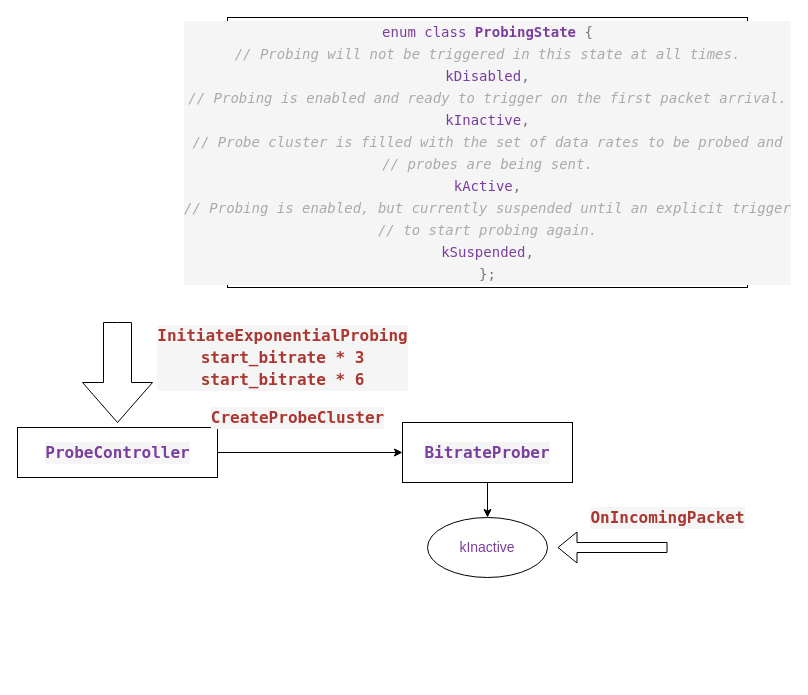
The draw.io diagram page "probe" (4 of 4) of congestion.drawio in shcalm/repo_drawio, before the edit. Source tidied: cells renumbered, new cells numbered last; positions are measured from the earlier drawing's top-left corner, leaving out a move shared by most shapes. Both pictures are drawn from the tidied source at 100%, with x=0, y=0 at pixel (17, 17).
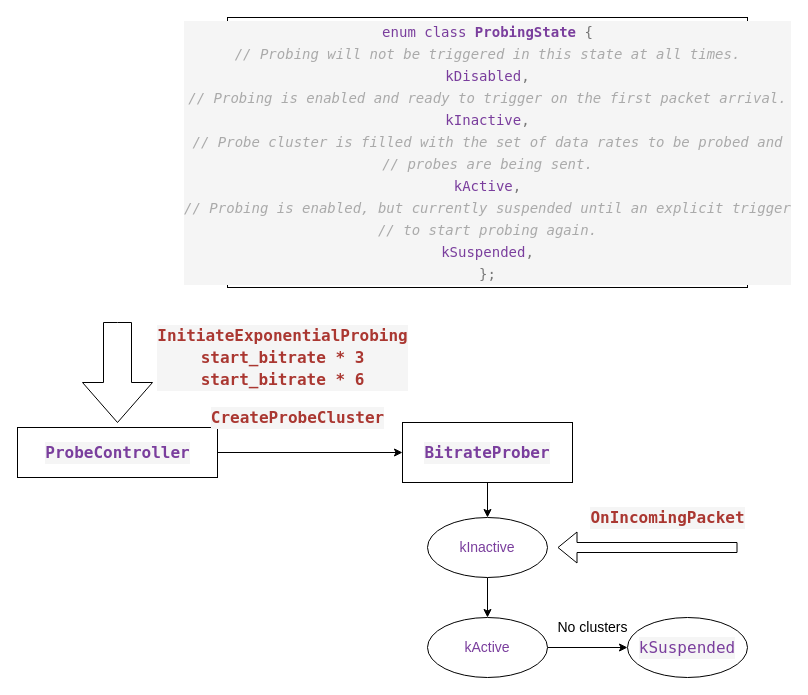
The same page after the edit.

Change to the diagram source:
```diff
@@
 <mxGraphModel>
   <root>
     <mxCell id="0" />
     <mxCell id="1" parent="0" />
     <mxCell id="2" style="edgeStyle=orthogonalEdgeStyle;rounded=0;jettySize=auto;html=1;fontSize=14;" parent="1" edge="1" source="3" target="8">
       <mxGeometry relative="1" as="geometry" />
     </mxCell>
     <mxCell id="3" value="&lt;div style=&quot;color: rgb(51, 51, 51); background-color: rgb(245, 245, 245); font-family: &amp;quot;Droid Sans Mono&amp;quot;, &amp;quot;monospace&amp;quot;, monospace; font-weight: normal; font-size: 16px; line-height: 22px;&quot;&gt;&lt;div&gt;&lt;span style=&quot;color: #7a3e9d;font-weight: bold;&quot;&gt;ProbeController&lt;/span&gt;&lt;/div&gt;&lt;/div&gt;" style="html=1;dashed=0;whitespace=wrap;" parent="1" vertex="1">
       <mxGeometry y="410" width="200" height="50" as="geometry" />
     </mxCell>
     <mxCell id="4" style="html=1;shadow=0;dashed=0;align=center;verticalAlign=middle;shape=mxgraph.arrows2.arrow;dy=0.6;dx=40;notch=0;rotation=90;" parent="1" vertex="1">
       <mxGeometry x="50" y="320" width="100" height="70" as="geometry" />
     </mxCell>
     <mxCell id="5" value="&lt;div style=&quot;color: rgb(51, 51, 51); background-color: rgb(245, 245, 245); font-family: &amp;quot;Droid Sans Mono&amp;quot;, &amp;quot;monospace&amp;quot;, monospace; font-weight: normal; font-size: 16px; line-height: 22px;&quot;&gt;&lt;div&gt;&lt;span style=&quot;color: #aa3731;font-weight: bold;&quot;&gt;InitiateExponentialProbing&lt;/span&gt;&lt;/div&gt;&lt;div&gt;&lt;span style=&quot;color: #aa3731;font-weight: bold;&quot;&gt;start_bitrate * 3&lt;/span&gt;&lt;/div&gt;&lt;div&gt;&lt;span style=&quot;color: #aa3731;font-weight: bold;&quot;&gt;start_bitrate * 6&lt;br&gt;&lt;/span&gt;&lt;/div&gt;&lt;/div&gt;" style="text;html=1;align=center;verticalAlign=middle;strokeColor=none;fillColor=none;" parent="1" vertex="1">
       <mxGeometry x="130" y="300" width="270" height="80" as="geometry" />
     </mxCell>
     <mxCell id="6" value="&lt;div style=&quot;color: rgb(51, 51, 51); background-color: rgb(245, 245, 245); font-family: &amp;quot;Droid Sans Mono&amp;quot;, &amp;quot;monospace&amp;quot;, monospace; font-weight: normal; font-size: 14px; line-height: 22px;&quot;&gt;&lt;div&gt;&lt;font style=&quot;font-size: 14px;&quot;&gt;&lt;span style=&quot;color: #333333;&quot;&gt;  &lt;/span&gt;&lt;span style=&quot;color: #7a3e9d;&quot;&gt;enum&lt;/span&gt;&lt;span style=&quot;color: #333333;&quot;&gt; &lt;/span&gt;&lt;span style=&quot;color: #7a3e9d;&quot;&gt;class&lt;/span&gt;&lt;span style=&quot;color: #333333;&quot;&gt; &lt;/span&gt;&lt;span style=&quot;color: #7a3e9d;font-weight: bold;&quot;&gt;ProbingState&lt;/span&gt;&lt;span style=&quot;color: #333333;&quot;&gt; &lt;/span&gt;&lt;span style=&quot;color: #777777;&quot;&gt;{&lt;/span&gt;&lt;/font&gt;&lt;/div&gt;&lt;div&gt;&lt;font style=&quot;font-size: 14px;&quot;&gt;&lt;span style=&quot;color: #aaaaaa;font-style: italic;&quot;&gt;    // Probing will not be triggered in this state at all times.&lt;/span&gt;&lt;/font&gt;&lt;/div&gt;&lt;div&gt;&lt;font style=&quot;font-size: 14px;&quot;&gt;&lt;span style=&quot;color: #333333;&quot;&gt;    &lt;/span&gt;&lt;span style=&quot;color: #7a3e9d;&quot;&gt;kDisabled&lt;/span&gt;&lt;span style=&quot;color: #777777;&quot;&gt;,&lt;/span&gt;&lt;/font&gt;&lt;/div&gt;&lt;div&gt;&lt;font style=&quot;font-size: 14px;&quot;&gt;&lt;span style=&quot;color: #aaaaaa;font-style: italic;&quot;&gt;    // Probing is enabled and ready to trigger on the first packet arrival.&lt;/span&gt;&lt;/font&gt;&lt;/div&gt;&lt;div&gt;&lt;font style=&quot;font-size: 14px;&quot;&gt;&lt;span style=&quot;color: #333333;&quot;&gt;    &lt;/span&gt;&lt;span style=&quot;color: #7a3e9d;&quot;&gt;kInactive&lt;/span&gt;&lt;span style=&quot;color: #777777;&quot;&gt;,&lt;/span&gt;&lt;/font&gt;&lt;/div&gt;&lt;div&gt;&lt;font style=&quot;font-size: 14px;&quot;&gt;&lt;span style=&quot;color: #aaaaaa;font-style: italic;&quot;&gt;    // Probe cluster is filled with the set of data rates to be probed and&lt;/span&gt;&lt;/font&gt;&lt;/div&gt;&lt;div&gt;&lt;font style=&quot;font-size: 14px;&quot;&gt;&lt;span style=&quot;color: #aaaaaa;font-style: italic;&quot;&gt;    // probes are being sent.&lt;/span&gt;&lt;/font&gt;&lt;/div&gt;&lt;div&gt;&lt;font style=&quot;font-size: 14px;&quot;&gt;&lt;span style=&quot;color: #333333;&quot;&gt;    &lt;/span&gt;&lt;span style=&quot;color: #7a3e9d;&quot;&gt;kActive&lt;/span&gt;&lt;span style=&quot;color: #777777;&quot;&gt;,&lt;/span&gt;&lt;/font&gt;&lt;/div&gt;&lt;div&gt;&lt;font style=&quot;font-size: 14px;&quot;&gt;&lt;span style=&quot;color: #aaaaaa;font-style: italic;&quot;&gt;    // Probing is enabled, but currently suspended until an explicit trigger&lt;/span&gt;&lt;/font&gt;&lt;/div&gt;&lt;div&gt;&lt;font style=&quot;font-size: 14px;&quot;&gt;&lt;span style=&quot;color: #aaaaaa;font-style: italic;&quot;&gt;    // to start probing again.&lt;/span&gt;&lt;/font&gt;&lt;/div&gt;&lt;div&gt;&lt;font style=&quot;font-size: 14px;&quot;&gt;&lt;span style=&quot;color: #333333;&quot;&gt;    &lt;/span&gt;&lt;span style=&quot;color: #7a3e9d;&quot;&gt;kSuspended&lt;/span&gt;&lt;span style=&quot;color: #777777;&quot;&gt;,&lt;/span&gt;&lt;/font&gt;&lt;/div&gt;&lt;div&gt;&lt;font style=&quot;font-size: 14px;&quot;&gt;&lt;span style=&quot;color: #333333;&quot;&gt;  &lt;/span&gt;&lt;span style=&quot;color: #777777;&quot;&gt;};&lt;/span&gt;&lt;/font&gt;&lt;/div&gt;&lt;/div&gt;" style="html=1;dashed=0;whitespace=wrap;" parent="1" vertex="1">
       <mxGeometry x="210" width="520" height="270" as="geometry" />
     </mxCell>
     <mxCell id="7" style="edgeStyle=orthogonalEdgeStyle;rounded=0;jettySize=auto;html=1;fontSize=14;" parent="1" edge="1" source="8" target="10">
       <mxGeometry relative="1" as="geometry" />
     </mxCell>
     <mxCell id="8" value="&lt;div style=&quot;color: rgb(51, 51, 51); background-color: rgb(245, 245, 245); font-family: &amp;quot;Droid Sans Mono&amp;quot;, &amp;quot;monospace&amp;quot;, monospace; font-weight: normal; font-size: 16px; line-height: 22px;&quot;&gt;&lt;div&gt;&lt;span style=&quot;color: #7a3e9d;font-weight: bold;&quot;&gt;BitrateProber&lt;/span&gt;&lt;/div&gt;&lt;/div&gt;" style="whiteSpace=wrap;html=1;dashed=0;" parent="1" vertex="1">
       <mxGeometry x="385" y="405" width="170" height="60" as="geometry" />
     </mxCell>
     <mxCell id="9" value="&lt;div style=&quot;color: rgb(51, 51, 51); background-color: rgb(245, 245, 245); font-family: &amp;quot;Droid Sans Mono&amp;quot;, &amp;quot;monospace&amp;quot;, monospace; font-weight: normal; font-size: 16px; line-height: 22px;&quot;&gt;&lt;div&gt;&lt;span style=&quot;color: #aa3731;font-weight: bold;&quot;&gt;CreateProbeCluster&lt;/span&gt;&lt;/div&gt;&lt;/div&gt;" style="text;html=1;align=center;verticalAlign=middle;strokeColor=none;fillColor=none;fontSize=14;" parent="1" vertex="1">
       <mxGeometry x="180" y="380" width="200" height="40" as="geometry" />
     </mxCell>
+    <mxCell id="13" style="edgeStyle=orthogonalEdgeStyle;rounded=0;jettySize=auto;html=1;fontSize=14;" parent="1" edge="1" source="10" target="15">
+      <mxGeometry relative="1" as="geometry" />
+    </mxCell>
     <mxCell id="10" value="&lt;font style=&quot;font-size: 14px;&quot;&gt;&lt;span style=&quot;color: #333333;&quot;&gt;&lt;/span&gt;&lt;span style=&quot;color: #7a3e9d;&quot;&gt;kInactive&lt;/span&gt;&lt;span style=&quot;color: #777777;&quot;&gt;&lt;/span&gt;&lt;/font&gt;" style="ellipse;whiteSpace=wrap;html=1;dashed=0;" parent="1" vertex="1">
       <mxGeometry x="410" y="500" width="120" height="60" as="geometry" />
     </mxCell>
     <mxCell id="11" style="shape=flexArrow;endArrow=classic;html=1;rounded=0;fontSize=14;" parent="1" edge="1">
       <mxGeometry relative="1" as="geometry">
-        <mxPoint x="650" y="530" as="sourcePoint" />
+        <mxPoint x="720" y="530" as="sourcePoint" />
         <mxPoint x="540" y="530" as="targetPoint" />
       </mxGeometry>
     </mxCell>
     <mxCell id="12" value="&lt;div style=&quot;color: rgb(51, 51, 51); background-color: rgb(245, 245, 245); font-family: &amp;quot;Droid Sans Mono&amp;quot;, &amp;quot;monospace&amp;quot;, monospace; font-weight: normal; font-size: 16px; line-height: 22px;&quot;&gt;&lt;div&gt;&lt;span style=&quot;color: #aa3731;font-weight: bold;&quot;&gt;OnIncomingPacket&lt;/span&gt;&lt;/div&gt;&lt;/div&gt;" style="text;html=1;align=center;verticalAlign=middle;strokeColor=none;fillColor=none;fontSize=14;" parent="1" vertex="1">
       <mxGeometry x="560" y="480" width="180" height="40" as="geometry" />
     </mxCell>
+    <mxCell id="14" style="edgeStyle=orthogonalEdgeStyle;rounded=0;jettySize=auto;html=1;fontSize=14;" parent="1" edge="1" source="15" target="16">
+      <mxGeometry relative="1" as="geometry" />
+    </mxCell>
+    <mxCell id="15" value="&lt;font style=&quot;font-size: 14px;&quot;&gt;&lt;span style=&quot;color: #333333;&quot;&gt;&lt;/span&gt;&lt;span style=&quot;color: #7a3e9d;&quot;&gt;kActive&lt;/span&gt;&lt;span style=&quot;color: #777777;&quot;&gt;&lt;/span&gt;&lt;/font&gt;" style="ellipse;whiteSpace=wrap;html=1;dashed=0;" parent="1" vertex="1">
+      <mxGeometry x="410" y="600" width="120" height="60" as="geometry" />
+    </mxCell>
+    <mxCell id="16" value="&lt;div style=&quot;color: rgb(51, 51, 51); background-color: rgb(245, 245, 245); font-family: &amp;quot;Droid Sans Mono&amp;quot;, &amp;quot;monospace&amp;quot;, monospace; font-weight: normal; font-size: 16px; line-height: 22px;&quot;&gt;&lt;div&gt;&lt;span style=&quot;color: #7a3e9d;&quot;&gt;kSuspended&lt;/span&gt;&lt;/div&gt;&lt;/div&gt;" style="ellipse;whiteSpace=wrap;html=1;dashed=0;" parent="1" vertex="1">
+      <mxGeometry x="610" y="600" width="120" height="60" as="geometry" />
+    </mxCell>
+    <mxCell id="17" value="No clusters" style="text;html=1;align=center;verticalAlign=middle;strokeColor=none;fillColor=none;fontSize=14;" parent="1" vertex="1">
+      <mxGeometry x="530" y="595" width="90" height="30" as="geometry" />
+    </mxCell>
   </root>
 </mxGraphModel>
```
